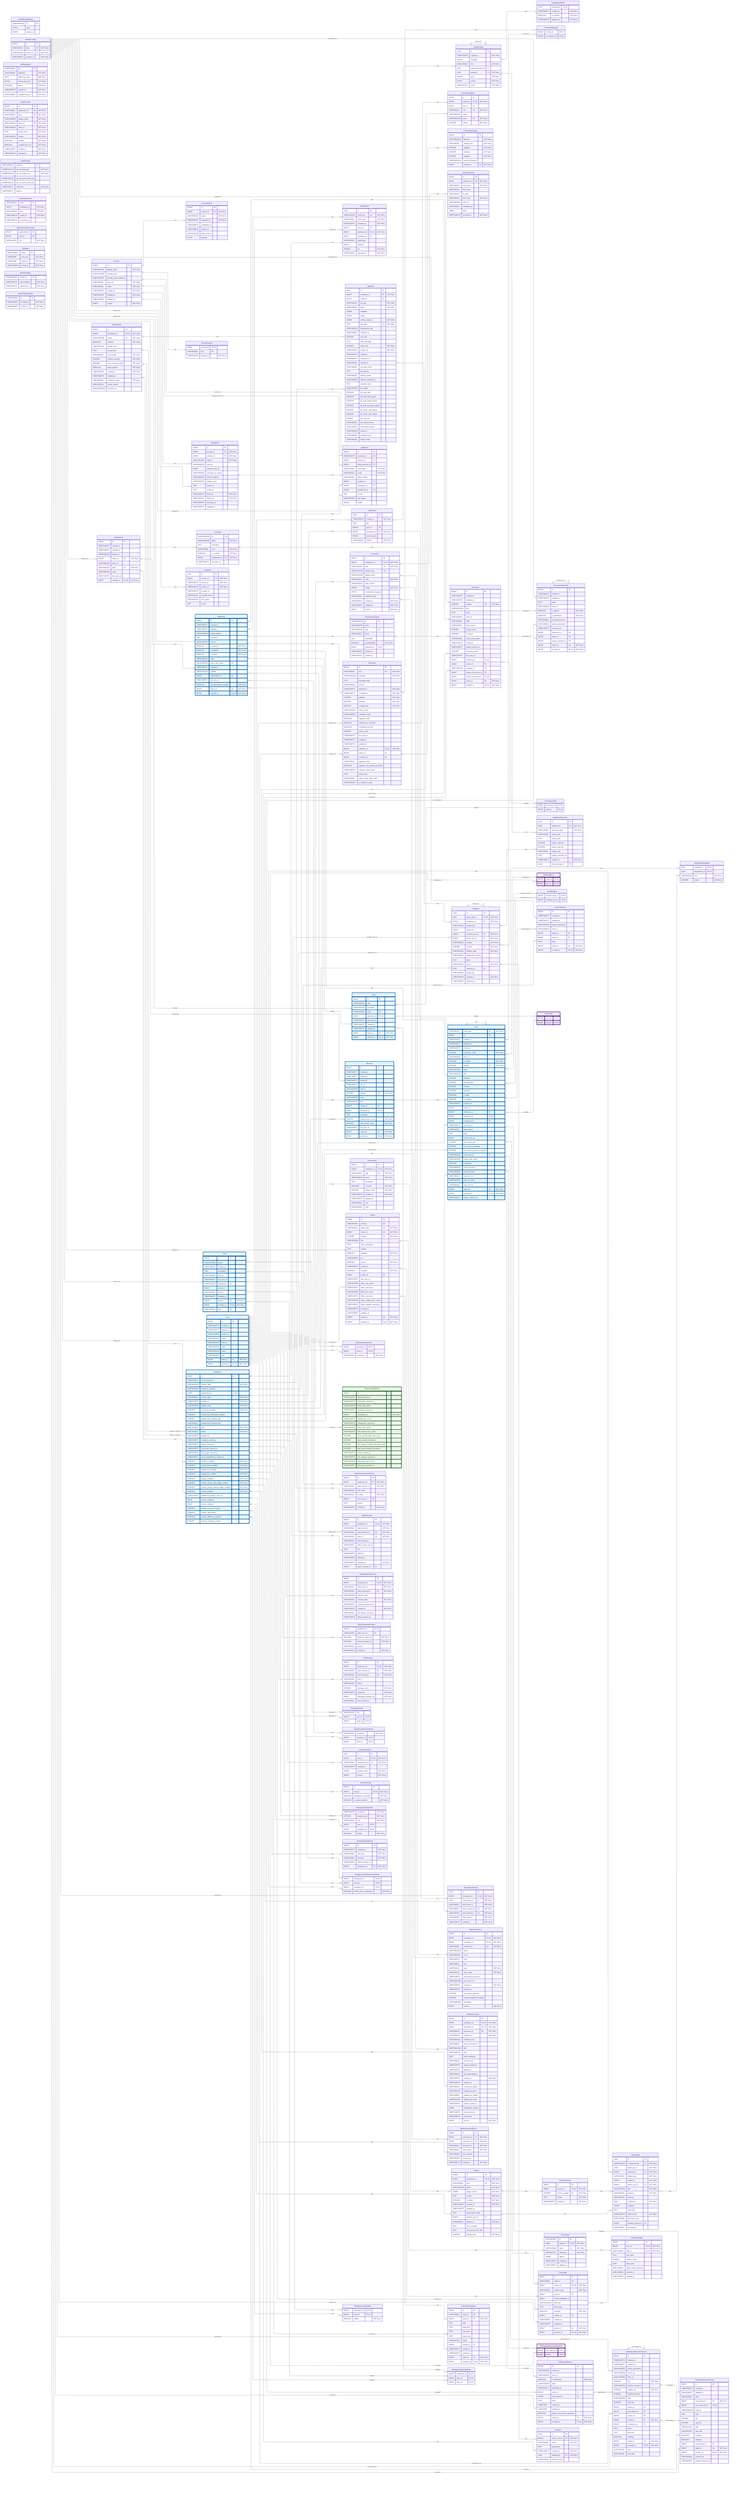
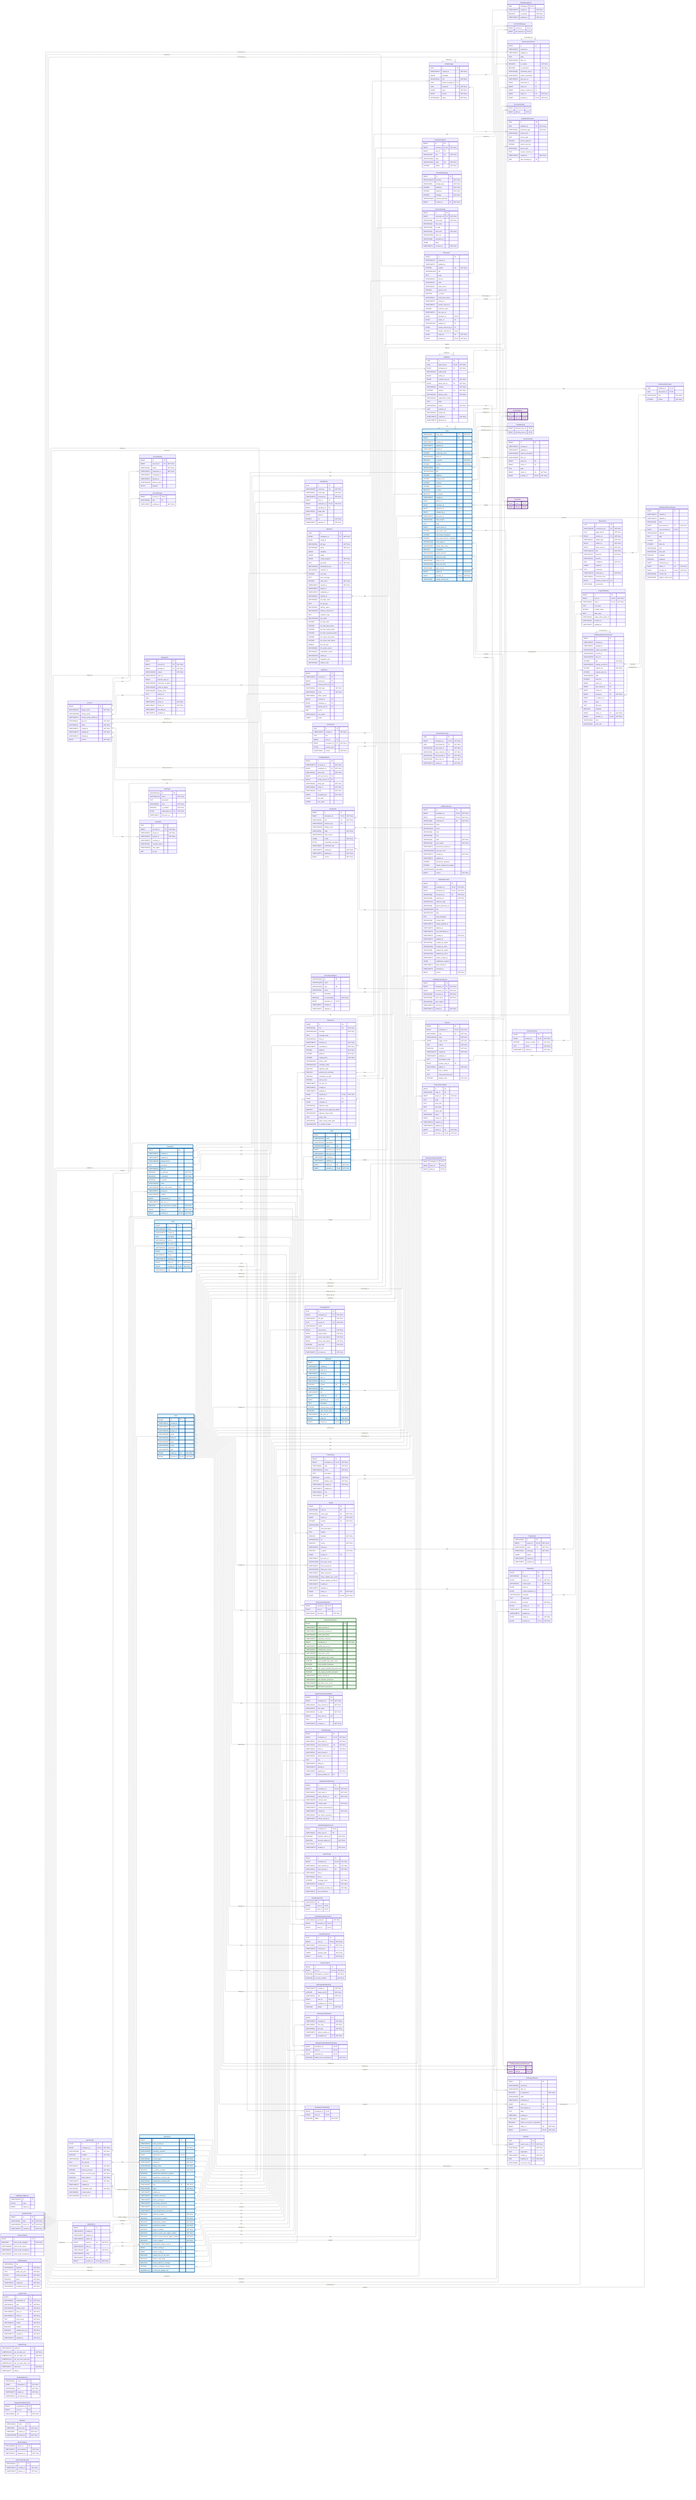
---
config:
    layout: elk
---
erDiagram
    %% Generated automatically from PostgreSQL database schema
    %% using scripts/generate-mermaid-erd.ts
    %% To regenerate: pnpm run db:generate-erd-docs

    direction LR

    Account {
        BIGINT id PK
        VARCHAR(255) display_name "NOT NULL"
        USER-DEFINED primary_email
        TIMESTAMPTZ primary_email_verified_at
        VARCHAR(16) app_role "NOT NULL"
        VARCHAR(16) status "NOT NULL"
        TIMESTAMPTZ created_at "NOT NULL"
        TIMESTAMPTZ updated_at "NOT NULL"
        TIMESTAMPTZ deleted_at
        BIGINT version "NOT NULL"
    }

    AccountExport {
        BIGINT id PK
        BIGINT account_id FK "NOT NULL"
        VARCHAR(16) status "NOT NULL"
        TIMESTAMPTZ requested_at "NOT NULL"
        TIMESTAMPTZ completed_at
        TIMESTAMPTZ expires_at
        VARCHAR(128) failure_reason
        BYTEA payload
    }

    AccountFeature {
        BIGINT account_id PK,FK
        VARCHAR(64) flag PK
        TIMESTAMPTZ enabled_at "NOT NULL"
    }

    ActivityEvent {
        UUID id PK
        VARCHAR(255) event_key UK "NOT NULL"
        VARCHAR(64) event_type "NOT NULL"
        TIMESTAMPTZ occurred_at "NOT NULL"
        BIGINT actor_id FK
        BIGINT workspace_id FK,UK "NOT NULL"
        BIGINT repository_id FK
        VARCHAR(32) target_type
        BIGINT target_id
        DOUBLE xp "NOT NULL"
        TIMESTAMPTZ ingested_at "NOT NULL"
    }

    AgentConfig {
        BIGINT id PK
        BIGINT workspace_id FK,UK "NOT NULL"
        VARCHAR(100) name UK "NOT NULL"
        BOOLEAN enabled "NOT NULL"
        VARCHAR(128) model_name
        TEXT llm_api_key
        VARCHAR(32) llm_provider "NOT NULL"
        INTEGER timeout_seconds "NOT NULL"
        INTEGER max_concurrent_jobs "NOT NULL"
        BOOLEAN allow_internet "NOT NULL"
        TIMESTAMPTZ created_at "NOT NULL"
        TIMESTAMPTZ updated_at
        VARCHAR(16) credential_mode "NOT NULL"
        VARCHAR(50) model_version
        VARCHAR(2048) llm_base_url
    }

    AgentJob {
        UUID id PK
        BIGINT workspace_id FK "NOT NULL"
        BIGINT config_id FK
        VARCHAR(50) job_type "NOT NULL"
        VARCHAR(20) status "NOT NULL"
        JSONB metadata
        JSONB output
        JSONB config_snapshot "NOT NULL"
        TEXT job_token UK "NOT NULL"
        VARCHAR(255) idempotency_key
        VARCHAR(64) container_id
        INTEGER exit_code
        TEXT error_message
        INTEGER retry_count "NOT NULL"
        TIMESTAMPTZ created_at "NOT NULL"
        TIMESTAMPTZ started_at
        TIMESTAMPTZ completed_at
        VARCHAR(64) network_id
        VARCHAR(64) job_token_hash
        TEXT llm_api_key
        VARCHAR(20) delivery_status
        VARCHAR(255) delivery_comment_id
        TEXT container_logs
        VARCHAR(100) llm_model
        INTEGER llm_total_calls
        INTEGER llm_total_input_tokens
        INTEGER llm_total_output_tokens
        INTEGER llm_total_reasoning_tokens
        INTEGER llm_cache_read_tokens
        INTEGER llm_cache_write_tokens
        DOUBLE llm_cost_usd
        VARCHAR(50) llm_model_version
        VARCHAR(32) cancellation_reason
        VARCHAR(255) worker_id
        VARCHAR(48) integration_kind
        VARCHAR(48) subject_class
    }

    AuthEvent {
        BIGINT id PK
        TIMESTAMPTZ occurred_at PK
        BIGINT account_id FK
        BIGINT acting_account_id FK
        VARCHAR(48) event_type "NOT NULL"
        VARCHAR(16) result "NOT NULL"
        VARCHAR(64) failure_reason
        BIGINT provider_id FK
        BIGINT workspace_id FK
        BIGINT identity_link_id FK
        INET ip_inet
        VARCHAR(512) user_agent
        JSONB details
    }

    AuthRateLimitBucket {
        VARCHAR(255) id PK
        BYTEA state
        BIGINT expires_at
    }

    ChatMessage {
        UUID id PK
        TIMESTAMPTZ created_at "NOT NULL"
        JSONB metadata
        VARCHAR(16) role "NOT NULL"
        UUID parent_message_id FK
        UUID thread_id FK "NOT NULL"
        JSONB parts "NOT NULL"
        BIGINT version "NOT NULL"
        VARCHAR(16) status "NOT NULL"
    }

    ChatMessageVote {
        UUID message_id PK,FK
        TIMESTAMPTZ created_at "NOT NULL"
        BOOLEAN is_upvoted "NOT NULL"
        TIMESTAMPTZ updated_at "NOT NULL"
    }

    ChatThread {
        UUID id PK
        TIMESTAMPTZ created_at "NOT NULL"
        TEXT title
        BIGINT user_id FK
        BIGINT workspace_id FK "NOT NULL"
        BYTEA session_jsonl
        VARCHAR(16) surface "NOT NULL"
    }

    CommitContributor {
        BIGINT id PK
        BIGINT commit_id FK,UK "NOT NULL"
        BIGINT user_id FK
        VARCHAR(32) role UK "NOT NULL"
        VARCHAR(255) name
        VARCHAR(255) email UK "NOT NULL"
        INTEGER ordinal "NOT NULL"
    }

    CommitFileChange {
        BIGINT id PK
        VARCHAR(1024) filename "NOT NULL"
        VARCHAR(32) change_type "NOT NULL"
        INTEGER additions "NOT NULL"
        INTEGER deletions "NOT NULL"
        INTEGER changes "NOT NULL"
        VARCHAR(1024) previous_filename
        BIGINT commit_id FK "NOT NULL"
    }

    CommitPullRequest {
        BIGINT commit_id PK,FK
        BIGINT pull_request_id PK,FK
    }

+     ConfigAuditEvent {
+         BIGINT id PK
+         TIMESTAMPTZ occurred_at "NOT NULL"
+         BIGINT workspace_id FK "NOT NULL"
+         VARCHAR(16) actor_kind "NOT NULL"
+         BIGINT actor_account_id FK
+         BIGINT acting_account_id FK
+         VARCHAR(48) entity_type "NOT NULL"
+         VARCHAR(64) entity_id "NOT NULL"
+         VARCHAR(16) action "NOT NULL"
+         ARRAY changed_keys "NOT NULL"
+         JSONB old_value
+         JSONB new_value
+     }
+ 
    Connection {
        BIGINT id PK
        BIGINT workspace_id FK,UK "NOT NULL"
        VARCHAR(48) kind UK "NOT NULL"
        VARCHAR(128) instance_key UK
        VARCHAR(256) display_name
        VARCHAR(32) state "NOT NULL"
        VARCHAR(512) state_reason
        JSONB config "NOT NULL"
        BYTEA credentials_encrypted
        VARCHAR(64) credentials_alg
        TIMESTAMPTZ created_at "NOT NULL"
        TIMESTAMPTZ updated_at "NOT NULL"
        BIGINT version "NOT NULL"
    }

    ConnectionAudit {
        BIGINT id PK
        BIGINT connection_id FK "NOT NULL"
        VARCHAR(48) event_type "NOT NULL"
        VARCHAR(32) from_state
        VARCHAR(32) to_state
        VARCHAR(32) actor_kind "NOT NULL"
        VARCHAR(256) actor_ref
        VARCHAR(64) correlation_id
        JSONB detail
        TIMESTAMPTZ occurred_at "NOT NULL"
    }

    Discussion {
        BIGINT id PK
        TIMESTAMPTZ created_at
        TIMESTAMPTZ updated_at
        INTEGER number UK "NOT NULL"
        VARCHAR(1024) title
        TEXT body
        VARCHAR(512) html_url
        VARCHAR(16) state
        VARCHAR(32) state_reason
        INTEGER upvote_count
        BOOLEAN is_locked
        VARCHAR(32) active_lock_reason
        TIMESTAMPTZ closed_at
        TIMESTAMPTZ answer_chosen_at
        INTEGER comment_count
        TIMESTAMPTZ last_sync_at
        BIGINT repository_id FK,UK
        BIGINT author_id FK
        VARCHAR(128) category_id FK
        BIGINT answer_chosen_by_id FK
        BIGINT answer_comment_id FK,UK
        BIGINT native_id UK "NOT NULL"
        BIGINT provider_id FK,UK "NOT NULL"
    }

    DiscussionCategory {
        VARCHAR(128) id PK
        VARCHAR(255) name
        VARCHAR(128) slug UK
        VARCHAR(32) emoji
        TEXT description
        BOOLEAN is_answerable "NOT NULL"
        BIGINT repository_id FK,UK
        TIMESTAMPTZ created_at
        TIMESTAMPTZ updated_at
    }

    DiscussionComment {
        BIGINT id PK
        TIMESTAMPTZ created_at
        TIMESTAMPTZ updated_at
        TEXT body
        VARCHAR(512) html_url
        BOOLEAN is_answer "NOT NULL"
        BOOLEAN is_minimized "NOT NULL"
        VARCHAR(64) minimized_reason
        VARCHAR(32) author_association
        TIMESTAMPTZ last_sync_at
        BIGINT discussion_id FK
        BIGINT author_id FK
        BIGINT parent_comment_id FK
        BIGINT native_id UK "NOT NULL"
        BIGINT provider_id FK,UK "NOT NULL"
    }

    DiscussionLabel {
        BIGINT discussion_id PK,FK
        BIGINT label_id PK,FK
    }

    Feedback {
        UUID id PK
        UUID agent_job_id FK,UK "NOT NULL"
        BIGINT workspace_id FK "NOT NULL"
        VARCHAR(32) artifact_type
        BIGINT artifact_id
        BIGINT recipient_user_id FK "NOT NULL"
        BIGINT about_user_id FK "NOT NULL"
        VARCHAR(32) channel "NOT NULL"
        INTEGER position UK "NOT NULL"
        VARCHAR(16) delivery_state "NOT NULL"
        VARCHAR(32) suppression_reason
        TEXT body
        VARCHAR(16) source "NOT NULL"
        UUID replaces_id FK
        VARCHAR(64) thread_key
        TIMESTAMPTZ created_at "NOT NULL"
        TIMESTAMPTZ delivered_at
    }

    FeedbackObservation {
        UUID feedback_id PK,FK
        UUID observation_id PK,FK
        VARCHAR(16) role "NOT NULL"
        INTEGER ordinal "NOT NULL"
    }

    FeedbackPlacement {
        UUID id PK
        UUID feedback_id FK "NOT NULL"
        VARCHAR(32) placement_type "NOT NULL"
        VARCHAR(16) anchor_kind
        TEXT anchor_path
        INTEGER anchor_start_line
        INTEGER anchor_end_line
        VARCHAR(8) anchor_side
        TEXT posted_comment_ref
        TIMESTAMPTZ created_at "NOT NULL"
        UUID chat_message_id FK
    }

    GitCommit {
        BIGINT id PK
        VARCHAR(40) sha UK "NOT NULL"
        VARCHAR(1024) message "NOT NULL"
        TEXT message_body
        VARCHAR(512) html_url
        TIMESTAMPTZ authored_at "NOT NULL"
        TIMESTAMPTZ committed_at "NOT NULL"
        INTEGER additions "NOT NULL"
        INTEGER deletions "NOT NULL"
        INTEGER changed_files "NOT NULL"
        VARCHAR(255) author_email
        VARCHAR(255) committer_email
        BOOLEAN signature_valid
        BOOLEAN authored_by_committer
        BOOLEAN committed_via_web
        INTEGER parent_count
        TIMESTAMPTZ last_sync_at
        TIMESTAMPTZ created_at
        TIMESTAMPTZ updated_at
        BIGINT repository_id FK,UK "NOT NULL"
        BIGINT author_id FK
        BIGINT committer_id FK
        VARCHAR(32) signature_state
        BOOLEAN signature_was_signed_by_github
        VARCHAR(255) signature_signer_login
        TEXT parent_shas
        VARCHAR(32) status_check_rollup_state
        VARCHAR(255) on_behalf_of_login
    }

    IdentityLink {
        BIGINT id PK
        BIGINT account_id FK "NOT NULL"
        BIGINT provider_id FK "NOT NULL"
        VARCHAR(255) subject "NOT NULL"
        VARCHAR(255) team_id
        BIGINT external_actor_id
        VARCHAR(255) username_at_signup
        VARCHAR(320) email_at_signup
        VARCHAR(255) display_name
        TEXT avatar_url
        TEXT profile_url
        TIMESTAMPTZ linked_at "NOT NULL"
        VARCHAR(16) linked_via "NOT NULL"
        TIMESTAMPTZ last_login_at
        TIMESTAMPTZ disabled_at
    }

    IdentityProvider {
        BIGINT id PK
        VARCHAR(10) type UK "NOT NULL"
        VARCHAR(512) server_url UK "NOT NULL"
        TIMESTAMPTZ created_at "NOT NULL"
+     }
+ 
+     InstanceSetting {
+         BIGINT id PK
+         BOOLEAN silent_mode_engaged "NOT NULL"
+         VARCHAR(500) silent_mode_reason
+         TIMESTAMPTZ silent_mode_changed_at
+         VARCHAR(255) silent_mode_changed_by
    }

    Issue {
        VARCHAR(31) issue_type UK "NOT NULL"
        BIGINT id PK
        TIMESTAMPTZ created_at
        TIMESTAMPTZ updated_at
        TIMESTAMPTZ closed_at
        INTEGER comments_count "NOT NULL"
        VARCHAR(255) html_url
        BOOLEAN is_locked "NOT NULL"
        INTEGER number UK "NOT NULL"
        VARCHAR(255) state
        VARCHAR(1024) title
        INTEGER additions
        INTEGER changed_files
        INTEGER commits
        INTEGER deletions
        BOOLEAN is_draft
        BOOLEAN is_merged
        TIMESTAMPTZ merged_at
        BIGINT author_id FK
        BIGINT milestone_id FK
        BIGINT repository_id FK,UK
        BIGINT merged_by_id FK
        TIMESTAMPTZ last_sync_at
        VARCHAR(32) state_reason
        TEXT body
        BIGINT parent_issue_id FK
        INTEGER sub_issues_total
        INTEGER sub_issues_completed
        INTEGER sub_issues_percent_completed
        VARCHAR(128) issue_type_id FK
        VARCHAR(255) merge_state_status
        BOOLEAN mergeable
        VARCHAR(255) review_decision
        VARCHAR(255) head_ref_name
        VARCHAR(40) head_ref_oid
        VARCHAR(255) base_ref_name
        VARCHAR(40) base_ref_oid
        BIGINT native_id UK "NOT NULL"
        BIGINT provider_id FK,UK "NOT NULL"
        VARCHAR(40) merge_commit_sha
    }

    IssueAssignee {
        BIGINT issue_id PK,FK
        BIGINT user_id PK,FK
    }

    IssueBlocking {
        BIGINT blocked_issue_id PK,FK
        BIGINT blocking_issue_id PK,FK
    }

    IssueComment {
        BIGINT id PK
        TIMESTAMPTZ created_at
        TIMESTAMPTZ updated_at
        VARCHAR(255) author_association
        VARCHAR(255) html_url
        BIGINT author_id FK
        BIGINT issue_id FK
        TEXT body
        BIGINT native_id UK "NOT NULL"
        BIGINT provider_id FK,UK "NOT NULL"
    }

    IssueLabel {
        BIGINT issue_id PK,FK
        BIGINT label_id PK,FK
    }

    IssueType {
        VARCHAR(128) id PK
        VARCHAR(128) name "NOT NULL"
        TEXT description
        VARCHAR(20) color "NOT NULL"
        BOOLEAN is_enabled "NOT NULL"
        BIGINT organization_id FK "NOT NULL"
        TIMESTAMPTZ last_sync_at
    }

    IssuedJwt {
        UUID jti PK
        BIGINT account_id FK "NOT NULL"
        TIMESTAMPTZ issued_at "NOT NULL"
        TIMESTAMPTZ expires_at "NOT NULL"
        TIMESTAMPTZ revoked_at
        VARCHAR(32) revoked_reason
        VARCHAR(512) user_agent
        INET ip_inet
    }

    JwtSigningKey {
        VARCHAR(64) kid PK
        VARCHAR(16) algorithm "NOT NULL"
        TEXT public_key_pem "NOT NULL"
        BYTEA private_key_pem "NOT NULL"
        BOOLEAN active "NOT NULL"
        TIMESTAMPTZ created_at "NOT NULL"
        VARCHAR(64) encryption_key_id "NOT NULL"
    }

    Label {
        BIGINT id PK
        VARCHAR(255) color
        VARCHAR(255) description
        VARCHAR(255) name UK
        BIGINT repository_id FK,UK
        TIMESTAMPTZ last_sync_at
        TIMESTAMPTZ created_at
        TIMESTAMPTZ updated_at
        BIGINT native_id UK "NOT NULL"
        BIGINT provider_id FK,UK "NOT NULL"
    }

+     LlmUsageEvent {
+         UUID id PK
+         BIGINT workspace_id FK "NOT NULL"
+         VARCHAR(40) job_type "NOT NULL"
+         UUID source_id UK "NOT NULL"
+         VARCHAR(128) model
+         BIGINT input_tokens "NOT NULL"
+         BIGINT output_tokens "NOT NULL"
+         BIGINT cache_read_tokens "NOT NULL"
+         BIGINT cache_write_tokens "NOT NULL"
+         INTEGER total_calls "NOT NULL"
+         NUMERIC(12,6) cost_usd
+         TIMESTAMPTZ occurred_at "NOT NULL"
+     }
+ 
    LoginProvider {
        BIGINT id PK
        VARCHAR(64) registration_id UK "NOT NULL"
        VARCHAR(10) type UK "NOT NULL"
        VARCHAR(255) display_name "NOT NULL"
        VARCHAR(512) base_url UK "NOT NULL"
        VARCHAR(512) client_id "NOT NULL"
        TEXT client_secret "NOT NULL"
        VARCHAR(512) scopes "NOT NULL"
        BOOLEAN enabled "NOT NULL"
        BOOLEAN seeded_from_env "NOT NULL"
        TIMESTAMPTZ created_at "NOT NULL"
        TIMESTAMPTZ updated_at "NOT NULL"
    }

    MentorSlackThread {
        UUID id PK
        BIGINT workspace_id FK,UK "NOT NULL"
        UUID chat_thread_id FK "NOT NULL"
        VARCHAR(32) slack_team_id "NOT NULL"
        VARCHAR(32) slack_channel_id UK "NOT NULL"
        VARCHAR(32) slack_thread_ts UK "NOT NULL"
        VARCHAR(32) slack_user_id "NOT NULL"
        TIMESTAMPTZ created_at "NOT NULL"
    }

    Milestone {
        BIGINT id PK
        TIMESTAMPTZ created_at
        TIMESTAMPTZ updated_at
        TIMESTAMPTZ closed_at
        TIMESTAMPTZ due_on
        VARCHAR(255) html_url
        INTEGER number UK "NOT NULL"
        VARCHAR(255) state
        VARCHAR(255) title
        BIGINT creator_id FK
        BIGINT repository_id FK,UK
        TEXT description
        INTEGER closed_issues_count "NOT NULL"
        INTEGER open_issues_count "NOT NULL"
        TIMESTAMPTZ last_sync_at
        BIGINT native_id UK "NOT NULL"
        BIGINT provider_id FK,UK "NOT NULL"
    }

    ModelPricing {
        VARCHAR(128) model_id PK
        NUMERIC(12,6) per_1k_input_usd "NOT NULL"
        NUMERIC(12,6) per_1k_output_usd "NOT NULL"
        NUMERIC(12,6) per_1k_cache_read_usd
        NUMERIC(12,6) per_1k_cache_write_usd
        TIMESTAMPTZ valid_from "NOT NULL"
        TIMESTAMPTZ valid_to
    }

    OauthStateNonce {
        VARCHAR(32) nonce PK
        BIGINT workspace_id "NOT NULL"
        VARCHAR(48) kind "NOT NULL"
        TIMESTAMPTZ issued_at "NOT NULL"
        TIMESTAMPTZ consumed_at
    }

    Observation {
        UUID id PK
        VARCHAR(255) occurrence_key UK "NOT NULL"
        UUID agent_job_id "NOT NULL"
        BIGINT practice_id FK "NOT NULL"
        VARCHAR(32) artifact_type "NOT NULL"
        BIGINT artifact_id "NOT NULL"
        BIGINT about_user_id FK "NOT NULL"
        VARCHAR(255) title "NOT NULL"
        VARCHAR(16) presence "NOT NULL"
        VARCHAR(16) severity
        REAL confidence "NOT NULL"
        JSONB evidence
        TEXT reasoning
        TIMESTAMPTZ observed_at "NOT NULL"
        VARCHAR(64) recurrence_key
        BIGINT practice_revision_id FK
        VARCHAR(8) assessment
    }

    Organization {
        BIGINT id PK
        TIMESTAMPTZ created_at
        TIMESTAMPTZ updated_at
        VARCHAR(255) avatar_url
        BIGINT native_id UK "NOT NULL"
        VARCHAR(255) html_url
        VARCHAR(255) login UK "NOT NULL"
        VARCHAR(255) name
        TIMESTAMPTZ last_sync_at
        BIGINT provider_id FK,UK "NOT NULL"
    }

    OrganizationMembership {
        BIGINT organization_id PK
        BIGINT user_id PK
        VARCHAR(32) role "NOT NULL"
    }

    OutlineCollection {
        BIGINT id PK
        BIGINT workspace_id FK,UK "NOT NULL"
        BIGINT connection_id FK,UK "NOT NULL"
        VARCHAR(64) collection_id UK "NOT NULL"
        VARCHAR(1024) name
        VARCHAR(512) url_id
        VARCHAR(32) color
        VARCHAR(64) icon
        VARCHAR(16) state "NOT NULL"
        VARCHAR(16) sync_status "NOT NULL"
        TIMESTAMPTZ documents_synced_at
        VARCHAR(2048) last_sync_error
        TIMESTAMPTZ created_at "NOT NULL"
        TIMESTAMPTZ updated_at
        INTEGER documents_upstream
        INTEGER exports_skipped_for_budget
        VARCHAR(2048) description
        BIGINT version "NOT NULL"
    }

    OutlineDocument {
        BIGINT id PK
        BIGINT workspace_id FK,UK "NOT NULL"
        BIGINT connection_id FK,UK "NOT NULL"
        VARCHAR(64) document_id UK "NOT NULL"
        VARCHAR(64) collection_id "NOT NULL"
        VARCHAR(512) collection_slug
        VARCHAR(64) parent_document_id
        VARCHAR(1024) title
        VARCHAR(512) slug
        TEXT body_markdown
        VARCHAR(64) content_hash
        TIMESTAMPTZ outline_updated_at
        TIMESTAMPTZ deleted_at
        TIMESTAMPTZ last_materialized_at
        TIMESTAMPTZ created_at "NOT NULL"
        TIMESTAMPTZ updated_at
        VARCHAR(64) created_by_subject
        VARCHAR(255) created_by_name
        VARCHAR(64) updated_by_subject
        VARCHAR(255) updated_by_name
        TIMESTAMPTZ outline_created_at
        JSONB collaborator_subjects
        TIMESTAMPTZ body_evicted_at
        TIMESTAMPTZ archived_at
        BIGINT version "NOT NULL"
    }

    OutlineDocumentEvent {
        BIGINT id PK
        BIGINT workspace_id FK "NOT NULL"
        BIGINT connection_id FK "NOT NULL"
        VARCHAR(64) document_id "NOT NULL"
        VARCHAR(64) event_name "NOT NULL"
        VARCHAR(64) actor_subject
        TIMESTAMPTZ occurred_at
        TIMESTAMPTZ created_at "NOT NULL"
    }

    Practice {
        BIGINT id PK
        BIGINT workspace_id FK,UK "NOT NULL"
        VARCHAR(64) slug UK "NOT NULL"
        VARCHAR(128) name "NOT NULL"
        JSONB trigger_events "NOT NULL"
        TEXT criteria "NOT NULL"
        BOOLEAN is_active "NOT NULL"
        TIMESTAMPTZ created_at "NOT NULL"
        TIMESTAMPTZ updated_at
        TEXT precompute_script
        BIGINT practice_area_id FK
        VARCHAR(32) applies_to "NOT NULL"
        TEXT why_it_matters
        TEXT what_good_looks_like
        INTEGER display_order "NOT NULL"
    }

    PracticeArea {
        BIGINT id PK
        BIGINT workspace_id FK,UK "NOT NULL"
        VARCHAR(64) slug UK "NOT NULL"
        VARCHAR(128) name "NOT NULL"
        TEXT description
        BOOLEAN is_active "NOT NULL"
        INTEGER display_order "NOT NULL"
        TIMESTAMPTZ created_at "NOT NULL"
        TIMESTAMPTZ updated_at
        VARCHAR(64) icon
        VARCHAR(32) color
    }

    PracticeRevision {
        BIGINT id PK
        BIGINT practice_id FK,UK "NOT NULL"
        INTEGER revision_number UK "NOT NULL"
        TEXT criteria "NOT NULL"
        TIMESTAMPTZ created_at "NOT NULL"
    }

    Project {
        BIGINT id PK
        VARCHAR(64) node_id UK
        VARCHAR(32) owner_type UK "NOT NULL"
        BIGINT owner_id UK "NOT NULL"
        INTEGER number UK "NOT NULL"
        VARCHAR(256) title
        TEXT short_description
        TEXT readme
        BOOLEAN template "NOT NULL"
        VARCHAR(512) url
        BOOLEAN closed "NOT NULL"
        TIMESTAMPTZ closed_at
        BOOLEAN is_public "NOT NULL"
        BIGINT creator_id FK
        TIMESTAMPTZ last_sync_at
        VARCHAR(256) item_sync_cursor
        TIMESTAMPTZ items_synced_at
        VARCHAR(256) field_sync_cursor
        TIMESTAMPTZ fields_synced_at
        VARCHAR(256) status_update_sync_cursor
        TIMESTAMPTZ status_updates_synced_at
        TIMESTAMPTZ created_at
        TIMESTAMPTZ updated_at
        BIGINT native_id UK "NOT NULL"
        BIGINT provider_id FK,UK "NOT NULL"
    }

    ProjectField {
        VARCHAR(64) id PK
        BIGINT project_id FK,UK "NOT NULL"
        VARCHAR(256) name UK "NOT NULL"
        VARCHAR(32) data_type "NOT NULL"
        JSONB options
        TIMESTAMPTZ created_at
        TIMESTAMPTZ updated_at
    }

    ProjectFieldValue {
        BIGINT id PK
        BIGINT item_id FK,UK "NOT NULL"
        VARCHAR(64) field_id FK,UK "NOT NULL"
        TEXT text_value
        DOUBLE number_value
        DATE date_value
        VARCHAR(64) single_select_option_id
        VARCHAR(64) iteration_id
        TIMESTAMPTZ updated_at
    }

    ProjectItem {
        BIGINT id PK
        VARCHAR(64) node_id UK
        BIGINT project_id FK,UK "NOT NULL"
        VARCHAR(32) content_type "NOT NULL"
        BIGINT issue_id FK
        BIGINT content_database_id
        VARCHAR(1024) draft_title
        TEXT draft_body
        BOOLEAN archived "NOT NULL"
        BIGINT creator_id FK
        TIMESTAMPTZ created_at
        TIMESTAMPTZ updated_at
        BIGINT native_id UK "NOT NULL"
        BIGINT provider_id FK,UK "NOT NULL"
    }

    ProjectStatusUpdate {
        BIGINT id PK
        VARCHAR(64) node_id UK
        BIGINT project_id FK "NOT NULL"
        TEXT body
        TEXT body_html
        DATE start_date
        DATE target_date
        VARCHAR(32) status
        BIGINT creator_id FK
        TIMESTAMPTZ created_at
        TIMESTAMPTZ updated_at
        BIGINT native_id UK "NOT NULL"
        BIGINT provider_id FK,UK "NOT NULL"
    }

    PullRequestRequestedReviewer {
        BIGINT pull_request_id PK,FK
        BIGINT user_id PK,FK
    }

    PullRequestReview {
        BIGINT id PK
        VARCHAR(255) commit_id
        VARCHAR(255) html_url
        BOOLEAN is_dismissed "NOT NULL"
        VARCHAR(255) state
        TIMESTAMPTZ submitted_at
        BIGINT author_id FK
        BIGINT pull_request_id FK
        TEXT body
        TIMESTAMP created_at
        TIMESTAMP updated_at
        BOOLEAN author_can_push_to_repository
        BIGINT native_id UK "NOT NULL"
        BIGINT provider_id FK,UK "NOT NULL"
    }

    PullRequestReviewComment {
        BIGINT id PK
        TIMESTAMPTZ created_at
        TIMESTAMPTZ updated_at
        VARCHAR(255) author_association
        VARCHAR(255) commit_id
        VARCHAR(255) html_url
        INTEGER line "NOT NULL"
        VARCHAR(255) original_commit_id
        INTEGER original_line "NOT NULL"
        INTEGER original_start_line
        VARCHAR(255) path
        INTEGER start_line
        BIGINT author_id FK
        BIGINT pull_request_id FK
        BIGINT review_id FK
        BIGINT thread_id FK "NOT NULL"
        BIGINT in_reply_to_id FK
        TEXT body
        TEXT diff_hunk
        BOOLEAN outdated
        BIGINT native_id UK "NOT NULL"
        BIGINT provider_id FK,UK "NOT NULL"
        VARCHAR(16) side
        VARCHAR(16) start_side
    }

    PullRequestReviewThread {
        BIGINT id PK
        TIMESTAMPTZ created_at
        TIMESTAMPTZ updated_at
        VARCHAR(20) state
        BIGINT pull_request_id FK "NOT NULL"
        BIGINT root_comment_id FK,UK
        VARCHAR(128) node_id
        TEXT path
        INTEGER line
        INTEGER start_line
        VARCHAR(16) side
        VARCHAR(16) start_side
        BOOLEAN outdated
        BOOLEAN collapsed
        BIGINT resolved_by_id FK
        BIGINT native_id UK "NOT NULL"
        BIGINT provider_id FK,UK "NOT NULL"
        VARCHAR(64) commit_sha
        VARCHAR(64) original_commit_sha
    }

    Reaction {
        UUID id PK
        BIGINT reactor_user_id FK "NOT NULL"
        VARCHAR(16) action "NOT NULL"
        TEXT explanation
        TIMESTAMPTZ created_at "NOT NULL"
        UUID feedback_id FK "NOT NULL"
        VARCHAR(64) recurrence_key
    }

    Repository {
        BIGINT id PK
        TIMESTAMPTZ created_at
        TIMESTAMPTZ updated_at
        VARCHAR(255) default_branch
        TEXT description
        VARCHAR(512) html_url
        BOOLEAN is_archived "NOT NULL"
        BOOLEAN is_disabled "NOT NULL"
        BOOLEAN is_private "NOT NULL"
        VARCHAR(255) name
        VARCHAR(150) name_with_owner UK
        TIMESTAMPTZ pushed_at
        VARCHAR(255) visibility
        BIGINT organization_id FK
        TIMESTAMPTZ last_sync_at
        BOOLEAN has_discussions_enabled "NOT NULL"
        BIGINT native_id UK "NOT NULL"
        BIGINT provider_id FK,UK "NOT NULL"
    }

    RepositoryCollaborator {
        BIGINT repository_id PK,FK
        BIGINT user_id PK,FK
        VARCHAR(32) permission "NOT NULL"
    }

    RepositoryToMonitor {
        BIGINT id PK
        TIMESTAMPTZ labels_synced_at
        TIMESTAMPTZ milestones_synced_at
        VARCHAR(255) name_with_owner
        TIMESTAMPTZ repository_synced_at
        BIGINT workspace_id FK "NOT NULL"
        TIMESTAMPTZ backfill_last_run_at
        TIMESTAMPTZ collaborators_synced_at
        VARCHAR(255) issue_sync_cursor
        VARCHAR(255) pull_request_sync_cursor
        INTEGER issue_backfill_high_water_mark
        INTEGER issue_backfill_checkpoint
        INTEGER pull_request_backfill_high_water_mark
        INTEGER pull_request_backfill_checkpoint
        TIMESTAMPTZ issues_synced_at
        TIMESTAMPTZ pull_requests_synced_at
        VARCHAR(255) discussion_sync_cursor
        TIMESTAMPTZ discussions_synced_at
    }

    Shedlock {
        VARCHAR(64) name PK
        TIMESTAMP lock_until "NOT NULL"
        TIMESTAMP locked_at "NOT NULL"
        VARCHAR(255) locked_by "NOT NULL"
    }

    SlackChannelConsentEvent {
        BIGINT id PK
        BIGINT workspace_id FK "NOT NULL"
        VARCHAR(32) slack_channel_id "NOT NULL"
        VARCHAR(16) from_state
        VARCHAR(16) to_state "NOT NULL"
        BIGINT actor_user_id FK
        TEXT reason
        TIMESTAMPTZ created_at "NOT NULL"
    }

    SlackMessage {
        BIGINT id PK
        BIGINT workspace_id FK,UK "NOT NULL"
        VARCHAR(32) slack_team_id "NOT NULL"
        VARCHAR(32) slack_channel_id UK "NOT NULL"
        VARCHAR(32) slack_ts UK "NOT NULL"
        VARCHAR(32) slack_thread_ts
        VARCHAR(32) author_slack_user_id
        TEXT text
        TIMESTAMPTZ edited_at
        TIMESTAMPTZ deleted_at
        TIMESTAMPTZ ingested_at "NOT NULL"
        BIGINT author_member_id FK
    }

    SlackMonitoredChannel {
        BIGINT id PK
        BIGINT workspace_id FK,UK "NOT NULL"
        VARCHAR(32) slack_team_id "NOT NULL"
        VARCHAR(32) slack_channel_id UK "NOT NULL"
        VARCHAR(256) channel_name
        VARCHAR(16) consent_state "NOT NULL"
        TIMESTAMPTZ consent_announced_at
        TIMESTAMPTZ created_at "NOT NULL"
        VARCHAR(32) last_history_synced_ts
        TIMESTAMPTZ history_synced_at
    }

    SlackParticipantConsent {
        BIGINT workspace_id PK,FK
        VARCHAR(32) slack_user_id PK
        BOOLEAN ingestion_opted_out "NOT NULL"
        BOOLEAN research_opted_out "NOT NULL"
        VARCHAR(32) source
        TIMESTAMPTZ decided_at "NOT NULL"
    }

    SlackThread {
        BIGINT id PK
        BIGINT workspace_id FK,UK "NOT NULL"
        VARCHAR(32) slack_channel_id UK "NOT NULL"
        VARCHAR(32) slack_thread_ts UK "NOT NULL"
        VARCHAR(32) first_ts
        VARCHAR(32) last_ts
        INTEGER message_count "NOT NULL"
        TIMESTAMPTZ created_at "NOT NULL"
        ARRAY participant_member_ids "NOT NULL"
        VARCHAR(32) last_reviewed_ts
    }

    Team {
        BIGINT id PK
        VARCHAR(255) name
        TIMESTAMPTZ created_at
        TEXT description
        VARCHAR(512) html_url
        TIMESTAMPTZ last_sync_at
        VARCHAR(255) organization UK
        BIGINT parent_id
        VARCHAR(32) privacy
        TIMESTAMPTZ updated_at
        BIGINT native_id UK "NOT NULL"
        BIGINT provider_id FK,UK "NOT NULL"
        VARCHAR(512) slug UK
    }

    TeamMembership {
        VARCHAR(32) role
        BIGINT user_id PK,FK
        BIGINT team_id PK,FK
    }

    TeamRepositoryPermission {
        VARCHAR(32) permission "NOT NULL"
        BIGINT repository_id PK,FK
        BIGINT team_id PK,FK
    }

    User {
        BIGINT id PK
        TIMESTAMPTZ created_at
        TIMESTAMPTZ updated_at
        VARCHAR(255) avatar_url
        VARCHAR(255) email
        VARCHAR(255) html_url
        VARCHAR(255) login
        VARCHAR(255) name
        VARCHAR(255) type
        BIGINT native_id UK "NOT NULL"
        BIGINT provider_id FK,UK "NOT NULL"
    }

    UserAchievement {
        UUID id PK
        BIGINT user_id FK,UK "NOT NULL"
        VARCHAR(64) achievement_id UK "NOT NULL"
        TIMESTAMPTZ unlocked_at
        JSONB progress_data "NOT NULL"
        BIGINT version "NOT NULL"
    }

    UserPreference {
        BIGINT id PK
        BIGINT user_id FK,UK "NOT NULL"
        BOOLEAN participate_in_research "NOT NULL"
        BOOLEAN ai_review_enabled "NOT NULL"
    }

    WorkerRegistry {
        VARCHAR(255) worker_id PK
        TIMESTAMPTZ last_heartbeat "NOT NULL"
        TIMESTAMPTZ registered_at "NOT NULL"
    }

    WorkerTokenDenylist {
        VARCHAR(64) jti PK
        TIMESTAMPTZ revoked_at "NOT NULL"
        TIMESTAMPTZ expires_at "NOT NULL"
    }

    Workspace {
        BIGINT id PK
        TIMESTAMPTZ users_synced_at
        VARCHAR(120) account_login "NOT NULL"
        VARCHAR(255) repository_selection
        BIGINT organization_id FK,UK
        VARCHAR(10) account_type "NOT NULL"
        TIMESTAMPTZ created_at "NOT NULL"
        VARCHAR(120) display_name "NOT NULL"
        BOOLEAN is_publicly_viewable "NOT NULL"
        BOOLEAN leaderboard_notification_enabled
        INTEGER leaderboard_schedule_day
        VARCHAR(10) leaderboard_schedule_time
        VARCHAR(64) slug UK "NOT NULL"
        VARCHAR(20) status "NOT NULL"
        TIMESTAMPTZ updated_at
        TIMESTAMPTZ members_synced_at
        TIMESTAMPTZ teams_synced_at
        TIMESTAMPTZ sub_issues_synced_at
        TIMESTAMPTZ issue_types_synced_at
        TIMESTAMPTZ issue_dependencies_synced_at
        BOOLEAN practices_enabled "NOT NULL"
        BOOLEAN achievements_enabled "NOT NULL"
        BOOLEAN leaderboard_enabled "NOT NULL"
        BOOLEAN progression_enabled "NOT NULL"
        BOOLEAN leagues_enabled "NOT NULL"
        BOOLEAN practice_review_auto_trigger_enabled "NOT NULL"
        BOOLEAN practice_review_manual_trigger_enabled "NOT NULL"
        BOOLEAN mentor_enabled "NOT NULL"
        TIMESTAMPTZ leaderboard_league_cycle_at
        BIGINT practice_config_id FK
        BIGINT mentor_config_id FK
        BOOLEAN practice_run_for_all_users
        BOOLEAN practice_skip_drafts
        BOOLEAN practice_deliver_to_merged
        INTEGER practice_cooldown_minutes
+         NUMERIC(10,2) monthly_llm_budget_usd
    }

    WorkspaceMembership {
        TIMESTAMPTZ created_at "NOT NULL"
        INTEGER league_points "NOT NULL"
        VARCHAR(16) role "NOT NULL"
        BIGINT user_id PK,FK
        BIGINT workspace_id PK,FK
        BOOLEAN hidden "NOT NULL"
    }

    WorkspaceSlugHistory {
        BIGINT id PK
        TIMESTAMPTZ changed_at "NOT NULL"
        VARCHAR(64) new_slug "NOT NULL"
        VARCHAR(64) old_slug "NOT NULL"
        TIMESTAMPTZ redirect_expires_at
        BIGINT workspace_id FK "NOT NULL"
    }

    WorkspaceTeamLabelFilter {
        BIGINT workspace_id PK,FK
        BIGINT team_id PK,FK
        BIGINT label_id PK,FK
    }

    WorkspaceTeamRepositorySetting {
        BIGINT workspace_id PK,FK
        BIGINT team_id PK,FK
        BIGINT repository_id PK,FK
        BOOLEAN hidden_from_contributions "NOT NULL"
    }

    WorkspaceTeamSetting {
        BIGINT workspace_id PK,FK
        BIGINT team_id PK,FK
        BOOLEAN hidden "NOT NULL"
    }

    %% Relationships
    %% One-to-One relationships
    Account ||--|| AccountFeature : has
    Workspace ||--|| ActivityEvent : has
    Workspace ||--|| AgentConfig : has
    ChatMessage ||--|| ChatMessageVote : has
    GitCommit ||--|| CommitContributor : has
    Workspace ||--|| Connection : has
    Repository ||--|| Discussion : has
    DiscussionComment ||--|| Discussion : references
    IdentityProvider ||--|| Discussion : references
    Repository ||--|| DiscussionCategory : has
    IdentityProvider ||--|| DiscussionComment : commented_on
    AgentJob ||--|| Feedback : has
    Repository ||--|| GitCommit : has
    Repository ||--|| Issue : has
    IdentityProvider ||--|| Issue : references
    IdentityProvider ||--|| IssueComment : commented_on
    Repository ||--|| Label : labeled
    IdentityProvider ||--|| Label : labeled
    Workspace ||--|| MentorSlackThread : has
    Repository ||--|| Milestone : has
    IdentityProvider ||--|| Milestone : references
    IdentityProvider ||--|| Organization : references
    Workspace ||--|| OutlineCollection : has
    Connection ||--|| OutlineCollection : has
    Workspace ||--|| OutlineDocument : has
    Connection ||--|| OutlineDocument : has
    Workspace ||--|| Practice : has
    Workspace ||--|| PracticeArea : has
    Practice ||--|| PracticeRevision : has
    IdentityProvider ||--|| Project : references
    Project ||--|| ProjectField : has
    ProjectItem ||--|| ProjectFieldValue : has
    ProjectField ||--|| ProjectFieldValue : has
    Project ||--|| ProjectItem : has
    IdentityProvider ||--|| ProjectItem : references
    IdentityProvider ||--|| ProjectStatusUpdate : references
    IdentityProvider ||--|| PullRequestReview : reviewed
    IdentityProvider ||--|| PullRequestReviewComment : commented_on
    PullRequestReviewComment ||--|| PullRequestReviewThread : reviewed
    IdentityProvider ||--|| PullRequestReviewThread : reviewed
    IdentityProvider ||--|| Repository : references
    Workspace ||--|| SlackMessage : has
    Workspace ||--|| SlackMonitoredChannel : has
    Workspace ||--|| SlackParticipantConsent : has
    Workspace ||--|| SlackThread : has
    IdentityProvider ||--|| Team : references
    IdentityProvider ||--|| User : references
    User ||--|| UserAchievement : has
    User ||--|| UserPreference : has
    Organization ||--|| Workspace : has
    User ||--|| WorkspaceMembership : belongs_to
    Workspace ||--|| WorkspaceMembership : belongs_to

    %% One-to-Many relationships
    Account ||--o{ AccountExport : has
    User ||--o{ ActivityEvent : references
    Repository ||--o{ ActivityEvent : has
    Workspace ||--o{ AgentJob : has
    AgentConfig ||--o{ AgentJob : has
    Account ||--o{ AuthEvent : account_id
    Account ||--o{ AuthEvent : acting_account_id
    IdentityProvider ||--o{ AuthEvent : references
    Workspace ||--o{ AuthEvent : has
    IdentityLink ||--o{ AuthEvent : has
    ChatMessage ||--o{ ChatMessage : references
    ChatThread ||--o{ ChatMessage : has
    User ||--o{ ChatThread : has
    Workspace ||--o{ ChatThread : has
    User ||--o{ CommitContributor : has
    GitCommit ||--o{ CommitFileChange : has
+     Workspace ||--o{ ConfigAuditEvent : has
+     Account ||--o{ ConfigAuditEvent : actor_account_id
+     Account ||--o{ ConfigAuditEvent : acting_account_id
    Connection ||--o{ ConnectionAudit : has
    User ||--o{ Discussion : authored_by
    DiscussionCategory ||--o{ Discussion : has
    User ||--o{ Discussion : references
    Discussion ||--o{ DiscussionComment : commented_on
    User ||--o{ DiscussionComment : commented_on
    DiscussionComment ||--o{ DiscussionComment : commented_on
    Workspace ||--o{ Feedback : has
    User ||--o{ Feedback : recipient_user_id
    User ||--o{ Feedback : about_user_id
    Feedback ||--o{ Feedback : references
    Feedback ||--o{ FeedbackPlacement : has
    ChatMessage ||--o{ FeedbackPlacement : has
    User ||--o{ GitCommit : authored_by
    User ||--o{ GitCommit : references
    Account ||--o{ IdentityLink : has
    IdentityProvider ||--o{ IdentityLink : references
    User ||--o{ Issue : authored_by
    Milestone ||--o{ Issue : has
    User ||--o{ Issue : merged_by
    Issue ||--o{ Issue : has
    IssueType ||--o{ Issue : has
    User ||--o{ IssueComment : commented_on
    Issue ||--o{ IssueComment : commented_on
    Organization ||--o{ IssueType : has
    Account ||--o{ IssuedJwt : has
+     Workspace ||--o{ LlmUsageEvent : has
    ChatThread ||--o{ MentorSlackThread : has
    User ||--o{ Milestone : created_by
    Practice ||--o{ Observation : has
    User ||--o{ Observation : has
    PracticeRevision ||--o{ Observation : has
    Workspace ||--o{ OutlineDocumentEvent : has
    Connection ||--o{ OutlineDocumentEvent : has
    PracticeArea ||--o{ Practice : has
    User ||--o{ Project : created_by
    Issue ||--o{ ProjectItem : has
    User ||--o{ ProjectItem : created_by
    Project ||--o{ ProjectStatusUpdate : has
    User ||--o{ ProjectStatusUpdate : created_by
    User ||--o{ PullRequestReview : reviewed
    Issue ||--o{ PullRequestReview : reviewed
    User ||--o{ PullRequestReviewComment : commented_on
    Issue ||--o{ PullRequestReviewComment : commented_on
    PullRequestReview ||--o{ PullRequestReviewComment : commented_on
    PullRequestReviewThread ||--o{ PullRequestReviewComment : commented_on
    PullRequestReviewComment ||--o{ PullRequestReviewComment : commented_on
    Issue ||--o{ PullRequestReviewThread : reviewed
    User ||--o{ PullRequestReviewThread : reviewed
    User ||--o{ Reaction : has
    Feedback ||--o{ Reaction : has
    Organization ||--o{ Repository : has
    Workspace ||--o{ RepositoryToMonitor : monitors
    Workspace ||--o{ SlackChannelConsentEvent : has
    User ||--o{ SlackChannelConsentEvent : has
    User ||--o{ SlackMessage : authored_by
    AgentConfig ||--o{ Workspace : practice_config_id
    AgentConfig ||--o{ Workspace : mentor_config_id
    Workspace ||--o{ WorkspaceSlugHistory : has

    %% Many-to-Many relationships
    GitCommit }o--o{ CommitPullRequest : has
    Issue }o--o{ CommitPullRequest : references
    Discussion }o--o{ DiscussionLabel : labeled
    Label }o--o{ DiscussionLabel : labeled
    Feedback }o--o{ FeedbackObservation : has
    Observation }o--o{ FeedbackObservation : has
    Issue }o--o{ IssueAssignee : assigned_to
    User }o--o{ IssueAssignee : assigned_to
    Issue }o--o{ IssueBlocking : blocked_issue_id
    Issue }o--o{ IssueBlocking : blocking_issue_id
    Issue }o--o{ IssueLabel : labeled
    Label }o--o{ IssueLabel : labeled
    Issue }o--o{ PullRequestRequestedReviewer : reviewed
    User }o--o{ PullRequestRequestedReviewer : reviewed
    Repository }o--o{ RepositoryCollaborator : has
    User }o--o{ RepositoryCollaborator : has
    User }o--o{ TeamMembership : belongs_to
    Team }o--o{ TeamMembership : belongs_to
    Repository }o--o{ TeamRepositoryPermission : has
    Team }o--o{ TeamRepositoryPermission : has
    Workspace }o--o{ WorkspaceTeamLabelFilter : labeled
    Team }o--o{ WorkspaceTeamLabelFilter : labeled
    Label }o--o{ WorkspaceTeamLabelFilter : labeled
    Workspace }o--o{ WorkspaceTeamRepositorySetting : has
    Team }o--o{ WorkspaceTeamRepositorySetting : has
    Repository }o--o{ WorkspaceTeamRepositorySetting : has
    Workspace }o--o{ WorkspaceTeamSetting : has
    Team }o--o{ WorkspaceTeamSetting : has

    %% Styling
    classDef primaryEntity fill:#e1f5fe,stroke:#01579b,stroke-width:2px
    classDef associationEntity fill:#f3e5f5,stroke:#4a148c,stroke-width:2px
    classDef metadataEntity fill:#e8f5e8,stroke:#1b5e20,stroke-width:2px

    class Issue primaryEntity
    class IssueAssignee associationEntity
    class IssueLabel associationEntity
    class Label primaryEntity
    class Milestone primaryEntity
    class PullRequestRequestedReviewer associationEntity
    class Repository primaryEntity
    class RepositoryToMonitor metadataEntity
    class Team primaryEntity
    class User primaryEntity
    class Workspace primaryEntity
